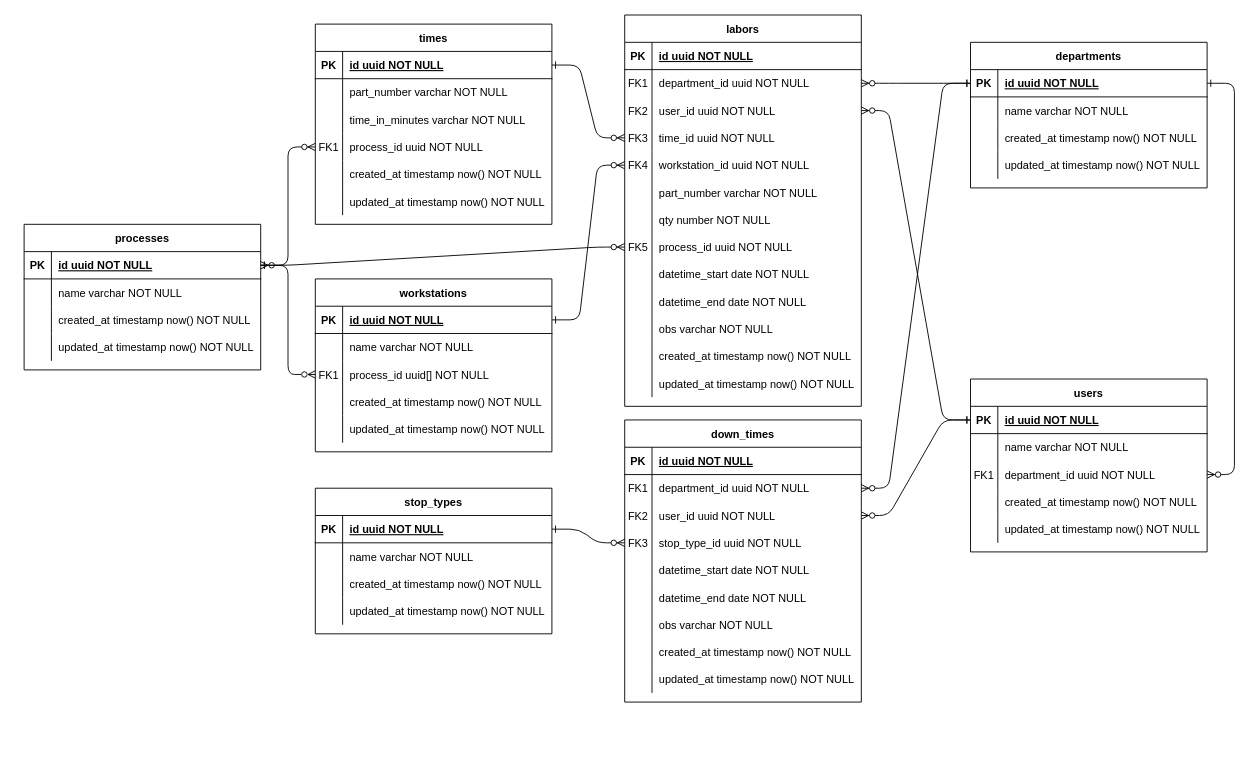
Above: Templates/Untitled Diagram.drawio in ArthurPedroti/draw.io (draw.io), before the change. Source tidied: cells renumbered, new cells numbered last; positions are measured from the earlier drawing's top-left corner, leaving out a move shared by most shapes. Both pictures are drawn from the tidied source at 91%, with x=0, y=0 at pixel (24, 15).
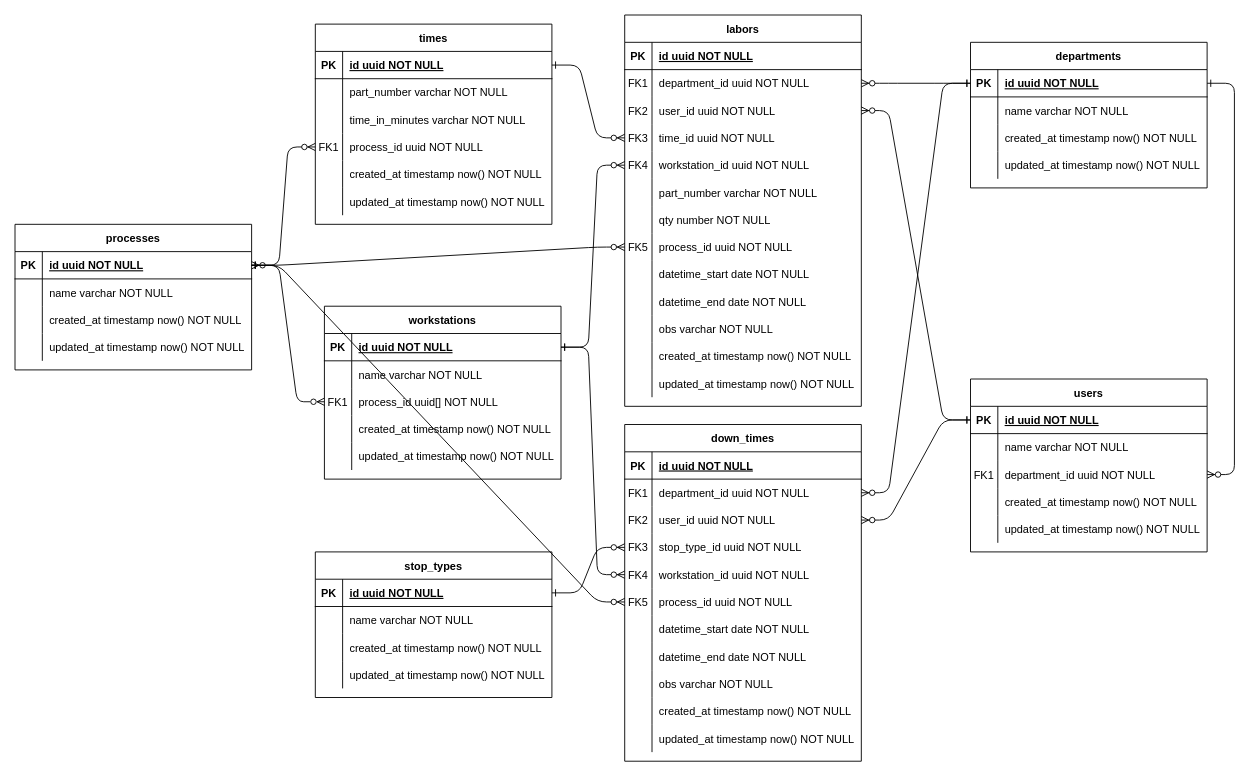
The same diagram, later.

The change refers to these unchanged cells:
```xml
<mxCell id="124" style="shape=partialRectangle;fillColor=none;points=[[0,0.5],[1,0.5]];portConstraint=eastwest;top=0;left=0;right=0;bottom=1;" parent="123" vertex="1">
  <mxGeometry y="30" width="260" height="30" as="geometry" />
</mxCell>
<mxCell id="142" style="shape=partialRectangle;fillColor=none;points=[[0,0.5],[1,0.5]];portConstraint=eastwest;top=0;left=0;right=0;bottom=1;" parent="141" vertex="1">
  <mxGeometry y="30" width="260" height="30" as="geometry" />
</mxCell>
```

The edit, as a diff of the source:
```diff
@@
     <mxCell id="2" value="down_times" style="shape=table;startSize=30;childLayout=tableLayout;rowLines=0;fontStyle=1;align=center;" parent="1" vertex="1">
-      <mxGeometry x="660" y="445" width="260" height="310" as="geometry" />
+      <mxGeometry x="660" y="450" width="260" height="370" as="geometry" />
     </mxCell>
@@
+    <mxCell id="171" style="shape=partialRectangle;fillColor=none;points=[[0,0.5],[1,0.5]];portConstraint=eastwest;top=0;left=0;right=0;bottom=0;" parent="2" vertex="1">
+      <mxGeometry y="150" width="260" height="30" as="geometry" />
+    </mxCell>
+    <mxCell id="172" value="FK4" style="shape=partialRectangle;overflow=hidden;fillColor=none;top=0;left=0;bottom=0;right=0;" parent="171" vertex="1">
+      <mxGeometry width="30" height="30" as="geometry" />
+    </mxCell>
+    <mxCell id="173" value="workstation_id uuid NOT NULL" style="shape=partialRectangle;overflow=hidden;fillColor=none;top=0;left=0;bottom=0;right=0;align=left;spacingLeft=6;" parent="171" vertex="1">
+      <mxGeometry x="30" width="230" height="30" as="geometry" />
+    </mxCell>
+    <mxCell id="174" style="shape=partialRectangle;fillColor=none;points=[[0,0.5],[1,0.5]];portConstraint=eastwest;top=0;left=0;right=0;bottom=0;" parent="2" vertex="1">
+      <mxGeometry y="180" width="260" height="30" as="geometry" />
+    </mxCell>
+    <mxCell id="175" value="FK5" style="shape=partialRectangle;overflow=hidden;fillColor=none;top=0;left=0;bottom=0;right=0;" parent="174" vertex="1">
+      <mxGeometry width="30" height="30" as="geometry" />
+    </mxCell>
+    <mxCell id="176" value="process_id uuid NOT NULL" style="shape=partialRectangle;overflow=hidden;fillColor=none;top=0;left=0;bottom=0;right=0;align=left;spacingLeft=6;" parent="174" vertex="1">
+      <mxGeometry x="30" width="230" height="30" as="geometry" />
+    </mxCell>
     <mxCell id="15" style="shape=partialRectangle;fillColor=none;top=0;left=0;right=0;bottom=0;" parent="2" vertex="1">
-      <mxGeometry y="150" width="260" height="30" as="geometry" />
+      <mxGeometry y="210" width="260" height="30" as="geometry" />
     </mxCell>
@@
     <mxCell id="18" style="shape=partialRectangle;fillColor=none;top=0;left=0;right=0;bottom=0;" parent="2" vertex="1">
-      <mxGeometry y="180" width="260" height="30" as="geometry" />
+      <mxGeometry y="240" width="260" height="30" as="geometry" />
     </mxCell>
@@
     <mxCell id="21" style="shape=partialRectangle;fillColor=none;top=0;left=0;right=0;bottom=0;" parent="2" vertex="1">
-      <mxGeometry y="210" width="260" height="30" as="geometry" />
+      <mxGeometry y="270" width="260" height="30" as="geometry" />
     </mxCell>
@@
     <mxCell id="24" style="shape=partialRectangle;fillColor=none;top=0;left=0;right=0;bottom=0;" parent="2" vertex="1">
-      <mxGeometry y="240" width="260" height="30" as="geometry" />
+      <mxGeometry y="300" width="260" height="30" as="geometry" />
     </mxCell>
@@
     <mxCell id="27" style="shape=partialRectangle;fillColor=none;top=0;left=0;right=0;bottom=0;" parent="2" vertex="1">
-      <mxGeometry y="270" width="260" height="30" as="geometry" />
+      <mxGeometry y="330" width="260" height="30" as="geometry" />
     </mxCell>
@@
     <mxCell id="123" value="workstations" style="shape=table;startSize=30;childLayout=tableLayout;rowLines=0;fontStyle=1;align=center;" parent="1" vertex="1">
-      <mxGeometry x="320" y="290" width="260" height="190" as="geometry" />
+      <mxGeometry x="330" y="320" width="260" height="190" as="geometry" />
     </mxCell>
@@
     <mxCell id="141" value="processes" style="shape=table;startSize=30;childLayout=tableLayout;rowLines=0;fontStyle=1;align=center;" parent="1" vertex="1">
-      <mxGeometry y="230" width="260" height="160" as="geometry" />
+      <mxGeometry x="-10" y="230" width="260" height="160" as="geometry" />
     </mxCell>
@@
     <mxCell id="155" value="stop_types" style="shape=table;startSize=30;childLayout=tableLayout;rowLines=0;fontStyle=1;align=center;" parent="1" vertex="1">
-      <mxGeometry x="320" y="520" width="260" height="160" as="geometry" />
+      <mxGeometry x="320" y="590" width="260" height="160" as="geometry" />
     </mxCell>
@@
+    <mxCell id="177" style="edgeStyle=entityRelationEdgeStyle;shape=connector;rounded=1;jettySize=auto;html=1;exitX=1;exitY=0.5;exitDx=0;exitDy=0;entryX=0;entryY=0.5;entryDx=0;entryDy=0;shadow=0;labelBackgroundColor=default;fontFamily=Helvetica;fontSize=11;fontColor=default;startArrow=ERone;startFill=0;endArrow=ERzeroToMany;endFill=1;strokeColor=default;" parent="1" edge="1" source="124" target="171">
+      <mxGeometry relative="1" as="geometry" />
+    </mxCell>
+    <mxCell id="178" style="edgeStyle=entityRelationEdgeStyle;shape=connector;rounded=1;jettySize=auto;html=1;exitX=1;exitY=0.5;exitDx=0;exitDy=0;shadow=0;labelBackgroundColor=default;fontFamily=Helvetica;fontSize=11;fontColor=default;startArrow=ERone;startFill=0;endArrow=ERzeroToMany;endFill=1;strokeColor=default;" parent="1" edge="1" source="142" target="174">
+      <mxGeometry relative="1" as="geometry" />
+    </mxCell>
```
